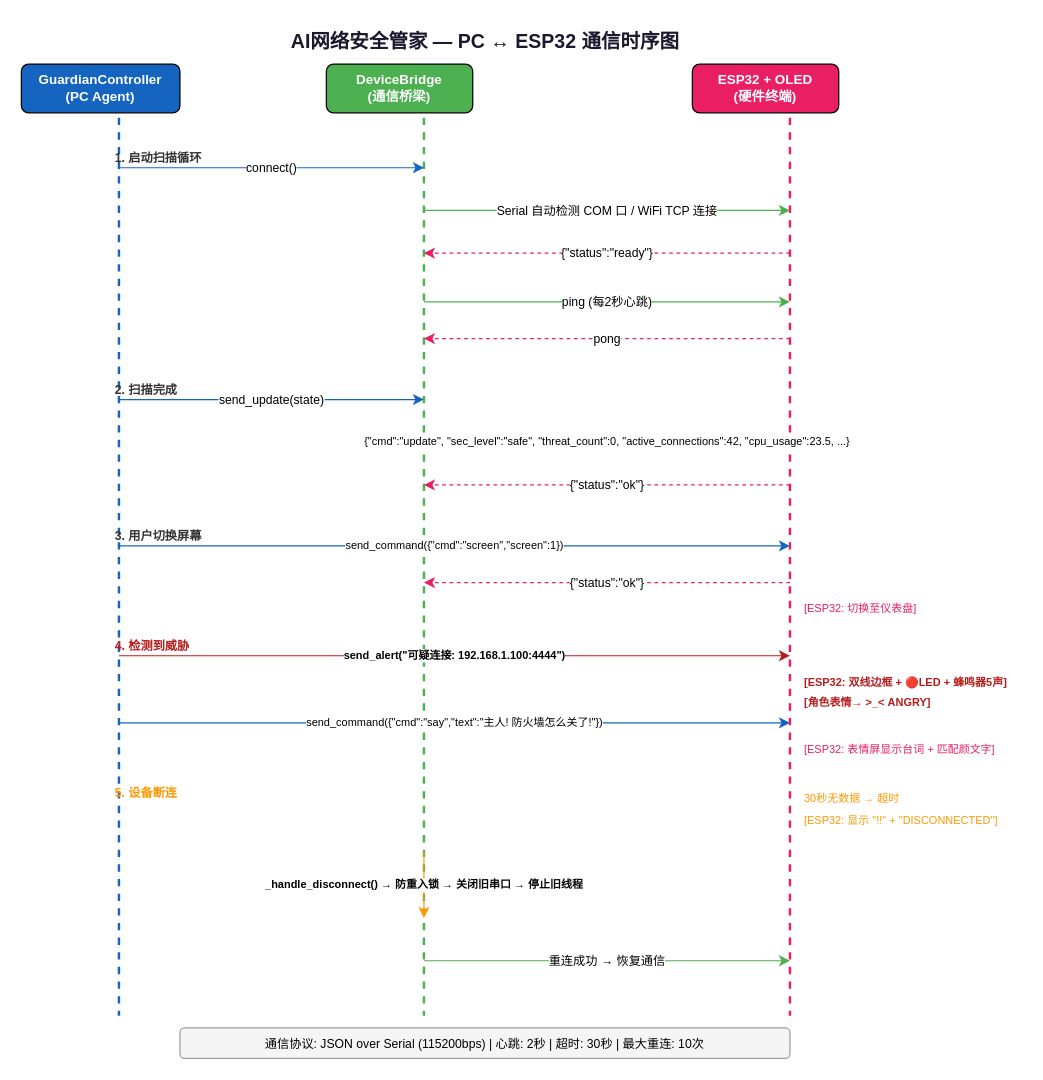
czypluto/ai-security-guardian keeps this draw.io diagram as edge/diagrams/06_PC与ESP32通信时序图.drawio. Above is the earlier version. Source tidied: cells renumbered, new cells numbered last; positions are measured from the earlier drawing's top-left corner, leaving out a move shared by most shapes. Both pictures are drawn from the tidied source at 122%, with x=0, y=0 at pixel (21, 21).
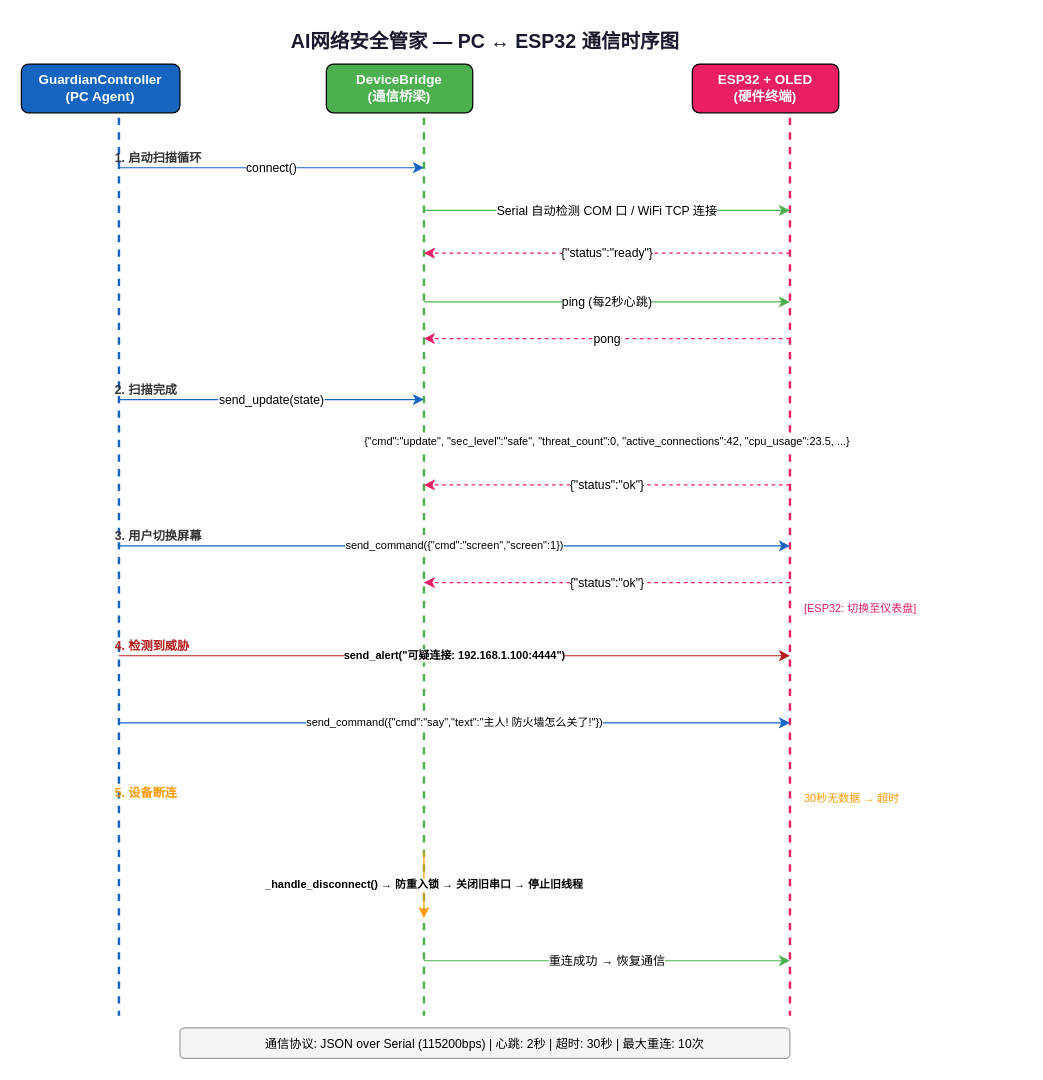
Above is the later version.

Change to the diagram source:
```diff
@@
-    <mxCell id="25" value="[ESP32: 双线边框 + 🔴LED + 蜂鸣器5声]" style="text;html=1;strokeColor=none;fillColor=none;fontSize=9;fontColor=#b71c1c;fontStyle=1;" parent="1" vertex="1">
-      <mxGeometry x="640" y="530" width="180" height="15" as="geometry" />
-    </mxCell>
-    <mxCell id="26" value="[角色表情→ &gt;_&lt; ANGRY]" style="text;html=1;strokeColor=none;fillColor=none;fontSize=9;fontColor=#b71c1c;fontStyle=1;" parent="1" vertex="1">
-      <mxGeometry x="640" y="547" width="160" height="15" as="geometry" />
-    </mxCell>
@@
-    <mxCell id="28" value="[ESP32: 表情屏显示台词 + 匹配颜文字]" style="text;html=1;strokeColor=none;fillColor=none;fontSize=9;fontColor=#e91e63;" parent="1" vertex="1">
-      <mxGeometry x="640" y="585" width="180" height="15" as="geometry" />
-    </mxCell>
@@
-    <mxCell id="31" value="[ESP32: 显示 &quot;!!&quot; + &quot;DISCONNECTED&quot;]" style="text;html=1;strokeColor=none;fillColor=none;fontSize=9;fontColor=#ff9800;" parent="1" vertex="1">
-      <mxGeometry x="640" y="643" width="180" height="15" as="geometry" />
-    </mxCell>
```
